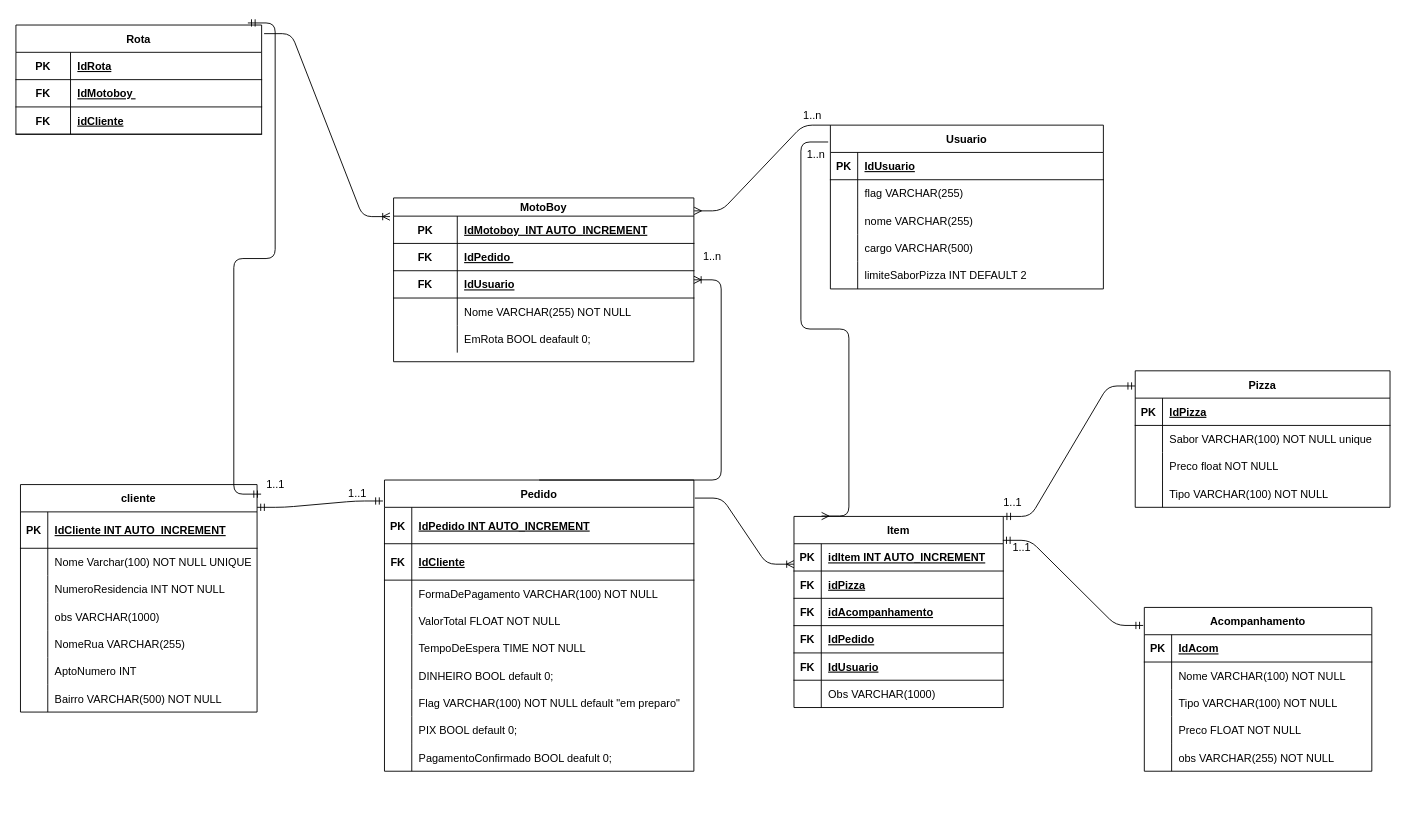
This is DER/derLogico.drawio from Nicolas-Peluso/Gerenciador-De-Pedidos-Pizzaria, a draw.io file, before an edit. Source tidied: cells renumbered, new cells numbered last; positions are measured from the earlier drawing's top-left corner, leaving out a move shared by most shapes. Both pictures are drawn from the tidied source at 91%, with x=0, y=0 at pixel (15, 25).
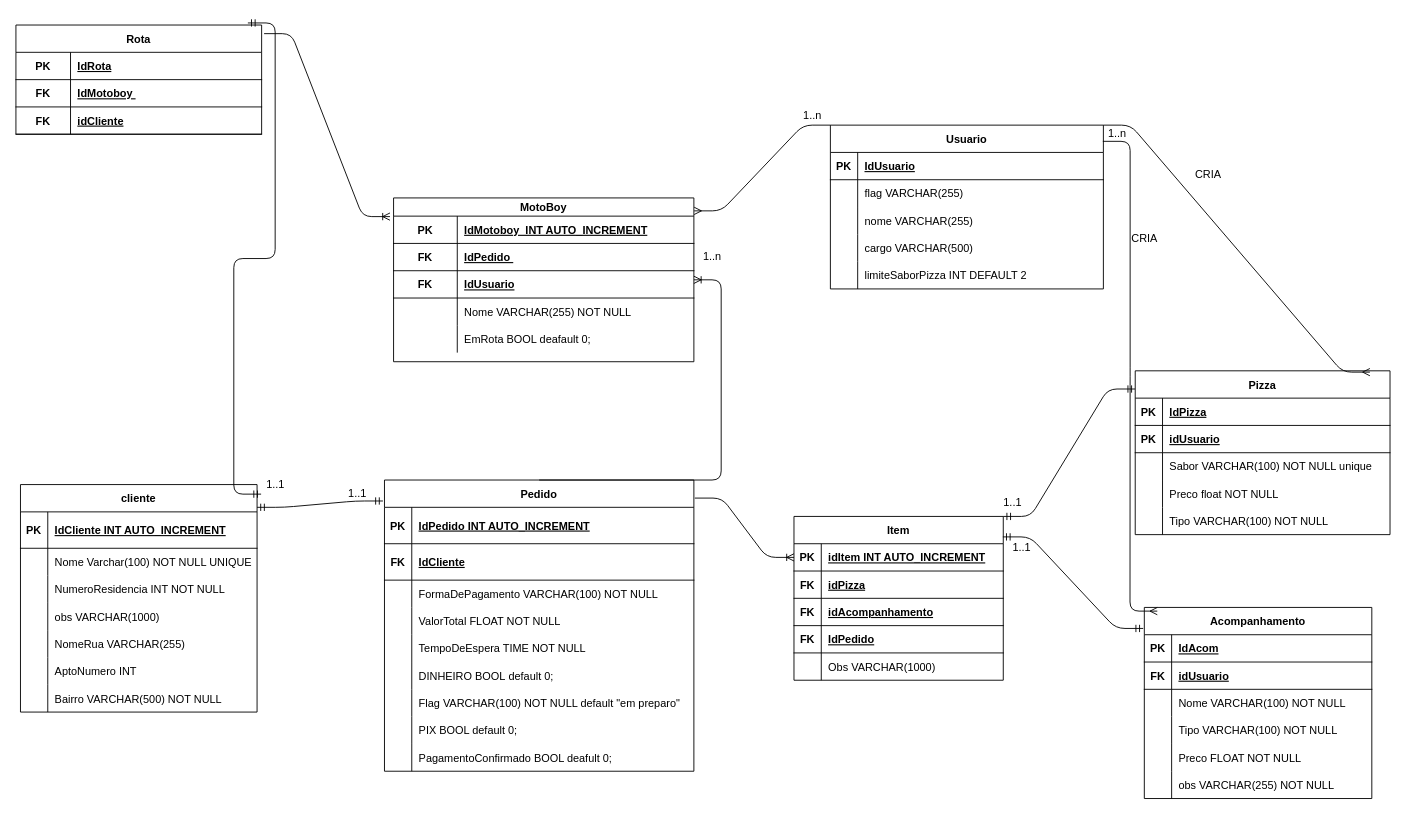
The same diagram, later.

Commit message (it also covers changes not shown here):
Alteração de Foreign Key nas tabelas: Pizza, Acompanhamento e Item; alteração no modelo Logico

Unchanged cells that the change refers to:
```xml
<mxCell id="2" value="cliente" style="shape=table;startSize=30;childLayout=tableLayout;rowLines=0;fontStyle=1;align=center;" parent="1" vertex="1">
  <mxGeometry x="5" y="505" width="260" height="250" as="geometry" />
</mxCell>
<mxCell id="24" value="Pedido" style="shape=table;startSize=30;childLayout=tableLayout;rowLines=0;fontStyle=1;align=center;" parent="1" vertex="1">
  <mxGeometry x="405" y="500" width="340" height="320" as="geometry" />
</mxCell>
<mxCell id="137" style="shape=tableRow;horizontal=0;startSize=0;swimlaneHead=0;swimlaneBody=0;fillColor=none;points=[[0,0.5],[1,0.5]];portConstraint=eastwest;top=0;left=0;right=0;bottom=0;" parent="1" vertex="1">
  <mxGeometry x="1245" y="610" width="250" height="30" as="geometry" />
</mxCell>
<mxCell id="139" value="Usuario" style="shape=table;startSize=30;childLayout=tableLayout;rowLines=0;fontStyle=1;align=center;" parent="1" vertex="1">
  <mxGeometry x="895" y="110" width="300" height="180" as="geometry" />
</mxCell>
```

Diff of the diagram source:
```diff
@@
     <mxCell id="53" value="Item" style="shape=table;startSize=30;childLayout=tableLayout;rowLines=0;fontStyle=1;align=center;" parent="1" vertex="1">
-      <mxGeometry x="855" y="540" width="230" height="210" as="geometry" />
+      <mxGeometry x="855" y="540" width="230" height="180" as="geometry" />
     </mxCell>
@@
-    <mxCell id="66" style="shape=tableRow;horizontal=0;startSize=0;swimlaneHead=0;swimlaneBody=0;fillColor=none;top=0;left=0;right=0;bottom=1;" parent="53" vertex="1">
-      <mxGeometry y="150" width="230" height="30" as="geometry" />
-    </mxCell>
-    <mxCell id="67" value="FK" style="shape=partialRectangle;fillColor=none;top=0;left=0;bottom=0;right=0;fontStyle=1;overflow=hidden;" parent="66" vertex="1">
-      <mxGeometry width="30" height="30" as="geometry" />
-    </mxCell>
-    <mxCell id="68" value="IdUsuario" style="shape=partialRectangle;fillColor=none;top=0;left=0;bottom=0;right=0;align=left;spacingLeft=6;fontStyle=5;overflow=hidden;" parent="66" vertex="1">
-      <mxGeometry x="30" width="200" height="30" as="geometry" />
-    </mxCell>
     <mxCell id="69" style="shape=tableRow;horizontal=0;startSize=0;swimlaneHead=0;swimlaneBody=0;fillColor=none;top=0;left=0;right=0;bottom=0;" parent="53" vertex="1">
-      <mxGeometry y="180" width="230" height="30" as="geometry" />
+      <mxGeometry y="150" width="230" height="30" as="geometry" />
     </mxCell>
@@
     <mxCell id="75" value="Acompanhamento" style="shape=table;startSize=30;childLayout=tableLayout;rowLines=0;fontStyle=1;align=center;" parent="1" vertex="1">
-      <mxGeometry x="1240" y="640" width="250" height="180" as="geometry" />
+      <mxGeometry x="1240" y="640" width="250" height="210" as="geometry" />
     </mxCell>
@@
+    <mxCell id="160" style="shape=tableRow;horizontal=0;startSize=0;swimlaneHead=0;swimlaneBody=0;fillColor=none;top=0;left=0;right=0;bottom=1;" parent="75" vertex="1">
+      <mxGeometry y="60" width="250" height="30" as="geometry" />
+    </mxCell>
+    <mxCell id="67" value="FK" style="shape=partialRectangle;fillColor=none;top=0;left=0;bottom=0;right=0;fontStyle=1;overflow=hidden;" parent="160" vertex="1">
+      <mxGeometry width="30" height="30" as="geometry" />
+    </mxCell>
+    <mxCell id="161" value="idUsuario" style="shape=partialRectangle;fillColor=none;top=0;left=0;bottom=0;right=0;align=left;spacingLeft=6;fontStyle=5;overflow=hidden;" parent="160" vertex="1">
+      <mxGeometry x="30" width="220" height="30" as="geometry" />
+    </mxCell>
     <mxCell id="79" style="shape=tableRow;horizontal=0;startSize=0;swimlaneHead=0;swimlaneBody=0;fillColor=none;top=0;left=0;right=0;bottom=0;" parent="75" vertex="1">
-      <mxGeometry y="60" width="250" height="30" as="geometry" />
+      <mxGeometry y="90" width="250" height="30" as="geometry" />
     </mxCell>
@@
     <mxCell id="82" style="shape=tableRow;horizontal=0;startSize=0;swimlaneHead=0;swimlaneBody=0;fillColor=none;top=0;left=0;right=0;bottom=0;" parent="75" vertex="1">
-      <mxGeometry y="90" width="250" height="30" as="geometry" />
+      <mxGeometry y="120" width="250" height="30" as="geometry" />
     </mxCell>
@@
     <mxCell id="85" style="shape=tableRow;horizontal=0;startSize=0;swimlaneHead=0;swimlaneBody=0;fillColor=none;top=0;left=0;right=0;bottom=0;" parent="75" vertex="1">
-      <mxGeometry y="120" width="250" height="30" as="geometry" />
+      <mxGeometry y="150" width="250" height="30" as="geometry" />
     </mxCell>
@@
     <mxCell id="88" style="shape=tableRow;horizontal=0;startSize=0;swimlaneHead=0;swimlaneBody=0;fillColor=none;top=0;left=0;right=0;bottom=0;" parent="75" vertex="1">
-      <mxGeometry y="150" width="250" height="30" as="geometry" />
+      <mxGeometry y="180" width="250" height="30" as="geometry" />
     </mxCell>
@@
     <mxCell id="91" value="Pizza" style="shape=table;startSize=30;childLayout=tableLayout;rowLines=0;fontStyle=1;align=center;" parent="1" vertex="1">
-      <mxGeometry x="1230" y="380" width="280" height="150" as="geometry" />
+      <mxGeometry x="1230" y="380" width="280" height="180" as="geometry" />
     </mxCell>
@@
+    <mxCell id="162" style="shape=tableRow;horizontal=0;startSize=0;swimlaneHead=0;swimlaneBody=0;fillColor=none;top=0;left=0;right=0;bottom=1;" parent="91" vertex="1">
+      <mxGeometry y="60" width="280" height="30" as="geometry" />
+    </mxCell>
+    <mxCell id="163" value="PK" style="shape=partialRectangle;fillColor=none;top=0;left=0;bottom=0;right=0;fontStyle=1;overflow=hidden;" parent="162" vertex="1">
+      <mxGeometry width="30" height="30" as="geometry" />
+    </mxCell>
+    <mxCell id="164" value="idUsuario" style="shape=partialRectangle;fillColor=none;top=0;left=0;bottom=0;right=0;align=left;spacingLeft=6;fontStyle=5;overflow=hidden;" parent="162" vertex="1">
+      <mxGeometry x="30" width="250" height="30" as="geometry" />
+    </mxCell>
     <mxCell id="95" style="shape=tableRow;horizontal=0;startSize=0;swimlaneHead=0;swimlaneBody=0;fillColor=none;top=0;left=0;right=0;bottom=0;" parent="91" vertex="1">
-      <mxGeometry y="60" width="280" height="30" as="geometry" />
+      <mxGeometry y="90" width="280" height="30" as="geometry" />
     </mxCell>
@@
     <mxCell id="98" style="shape=tableRow;horizontal=0;startSize=0;swimlaneHead=0;swimlaneBody=0;fillColor=none;top=0;left=0;right=0;bottom=0;" parent="91" vertex="1">
-      <mxGeometry y="90" width="280" height="30" as="geometry" />
+      <mxGeometry y="120" width="280" height="30" as="geometry" />
     </mxCell>
@@
     <mxCell id="101" style="shape=tableRow;horizontal=0;startSize=0;swimlaneHead=0;swimlaneBody=0;fillColor=none;top=0;left=0;right=0;bottom=0;" parent="91" vertex="1">
-      <mxGeometry y="120" width="280" height="30" as="geometry" />
+      <mxGeometry y="150" width="280" height="30" as="geometry" />
     </mxCell>
@@
-    <mxCell id="155" style="edgeStyle=entityRelationEdgeStyle;fontSize=12;html=1;endArrow=ERmany;exitX=-0.008;exitY=0.103;exitDx=0;exitDy=0;exitPerimeter=0;entryX=0.132;entryY=-0.002;entryDx=0;entryDy=0;entryPerimeter=0;" parent="1" edge="1" source="139" target="53">
+    <mxCell id="155" style="edgeStyle=entityRelationEdgeStyle;fontSize=12;html=1;endArrow=ERmany;exitX=1;exitY=0;exitDx=0;exitDy=0;entryX=0.921;entryY=0.008;entryDx=0;entryDy=0;entryPerimeter=0;" parent="1" edge="1" source="139" target="91">
       <mxGeometry relative="1" as="geometry" />
     </mxCell>
@@
+    <mxCell id="159" style="edgeStyle=entityRelationEdgeStyle;fontSize=12;html=1;endArrow=ERmandOne;startArrow=ERmandOne;exitX=1;exitY=0.1;exitDx=0;exitDy=0;exitPerimeter=0;entryX=-0.005;entryY=0.072;entryDx=0;entryDy=0;entryPerimeter=0;" parent="1" edge="1" source="2" target="24">
+      <mxGeometry relative="1" as="geometry" />
+    </mxCell>
+    <mxCell id="165" style="edgeStyle=entityRelationEdgeStyle;fontSize=12;html=1;endArrow=ERmany;exitX=0.998;exitY=0.099;exitDx=0;exitDy=0;exitPerimeter=0;entryX=0.037;entryY=1.135;entryDx=0;entryDy=0;entryPerimeter=0;" parent="1" edge="1" source="139" target="137">
+      <mxGeometry relative="1" as="geometry" />
+    </mxCell>
     <mxCell id="158" value="1..n" style="text;html=1;align=center;verticalAlign=middle;strokeColor=none;fillColor=none;" parent="1" vertex="1">
-      <mxGeometry x="859" y="128" width="40" height="30" as="geometry" />
+      <mxGeometry x="1190" y="104" width="40" height="30" as="geometry" />
     </mxCell>
-    <mxCell id="159" style="edgeStyle=entityRelationEdgeStyle;fontSize=12;html=1;endArrow=ERmandOne;startArrow=ERmandOne;exitX=1;exitY=0.1;exitDx=0;exitDy=0;exitPerimeter=0;entryX=-0.005;entryY=0.072;entryDx=0;entryDy=0;entryPerimeter=0;" parent="1" edge="1" source="2" target="24">
-      <mxGeometry relative="1" as="geometry" />
-    </mxCell>
+    <mxCell id="166" value="CRIA" style="text;html=1;align=center;verticalAlign=middle;strokeColor=none;fillColor=none;" parent="1" vertex="1">
+      <mxGeometry x="1285" y="150" width="50" height="30" as="geometry" />
+    </mxCell>
+    <mxCell id="167" value="CRIA" style="text;html=1;align=center;verticalAlign=middle;strokeColor=none;fillColor=none;" parent="1" vertex="1">
+      <mxGeometry x="1215" y="220" width="50" height="30" as="geometry" />
+    </mxCell>
```
